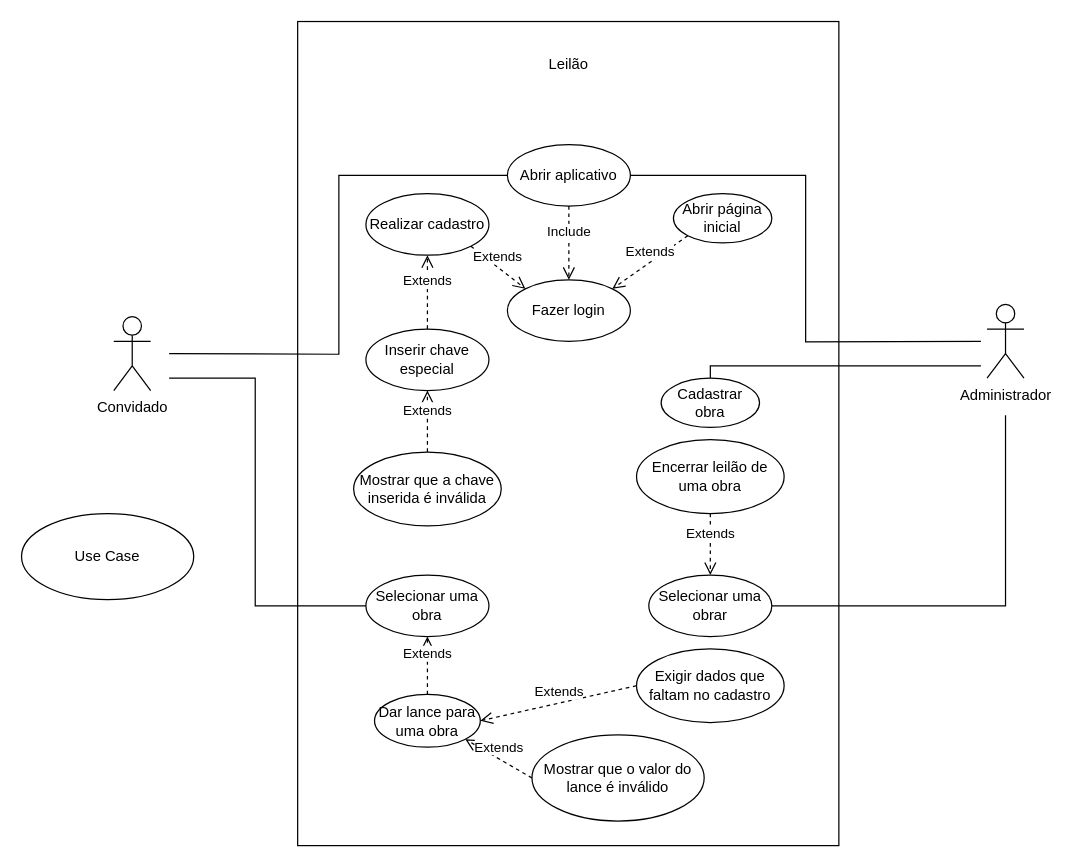
This is Untitled Diagram.drawio from bruniculos08/AMS0001, a draw.io file, before an edit. Source tidied: cells renumbered, new cells numbered last; positions are measured from the earlier drawing's top-left corner, leaving out a move shared by most shapes. Both pictures are drawn from the tidied source at 123%, with x=0, y=0 at pixel (21, 21).
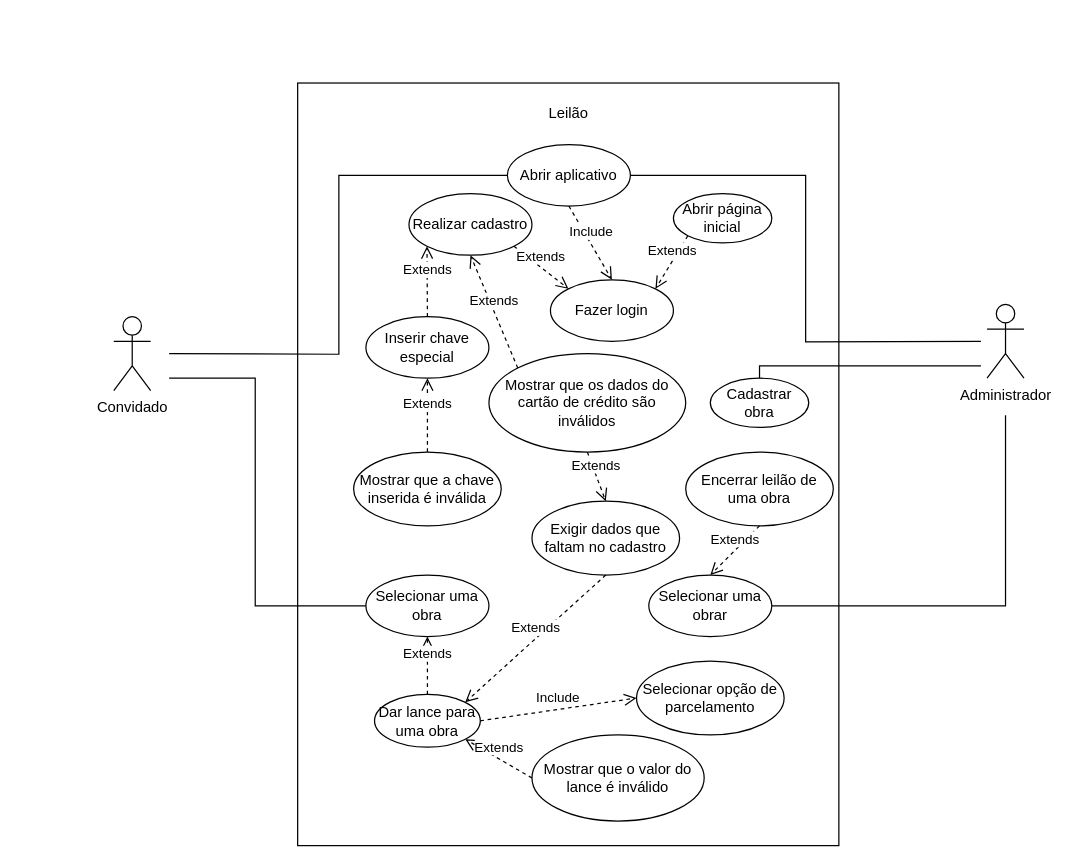
The same page after the edit.

Commit message (it also covers changes not shown here):
Update Untitled Diagram

Unchanged cells that the change refers to:
```xml
<mxCell id="28" value="Dar lance para uma obra" style="ellipse;whiteSpace=wrap;html=1;" parent="1" vertex="1">
  <mxGeometry x="287" y="547" width="86" height="43" as="geometry" />
</mxCell>
```

The edit, as a diff of the source:
```diff
@@
     <mxCell id="2" style="html=1;" parent="1" vertex="1">
-      <mxGeometry x="224.5" width="440" height="670" as="geometry" />
+      <mxGeometry x="224.5" y="50" width="440" height="620" as="geometry" />
     </mxCell>
@@
-    <mxCell id="7" style="edgeStyle=orthogonalEdgeStyle;rounded=0;jettySize=auto;html=1;endArrow=none;endFill=0;" parent="1" edge="1" target="23">
+    <mxCell id="7" style="edgeStyle=orthogonalEdgeStyle;rounded=0;jettySize=auto;html=1;endArrow=none;endFill=0;entryX=0.5;entryY=0;entryDx=0;entryDy=0;" parent="1" edge="1" target="23">
       <mxGeometry relative="1" as="geometry">
         <mxPoint x="780" y="280" as="sourcePoint" />
         <Array as="points">
-          <mxPoint x="560" y="280" />
+          <mxPoint x="600" y="280" />
         </Array>
       </mxGeometry>
     </mxCell>
@@
     <mxCell id="10" value="Leilão" style="text;html=1;strokeColor=none;fillColor=none;align=center;verticalAlign=middle;whiteSpace=wrap;rounded=0;" parent="1" vertex="1">
-      <mxGeometry x="415" y="20" width="60" height="30" as="geometry" />
+      <mxGeometry x="414.5" y="60" width="60" height="30" as="geometry" />
     </mxCell>
@@
-    <mxCell id="12" value="Use Case" style="ellipse;whiteSpace=wrap;html=1;" parent="1" vertex="1">
-      <mxGeometry y="400" width="140" height="70" as="geometry" />
-    </mxCell>
     <mxCell id="13" value="Fazer login" style="ellipse;whiteSpace=wrap;html=1;" parent="1" vertex="1">
-      <mxGeometry x="395" y="210" width="100" height="50" as="geometry" />
+      <mxGeometry x="430" y="210" width="100" height="50" as="geometry" />
     </mxCell>
@@
     <mxCell id="15" value="Realizar cadastro" style="ellipse;whiteSpace=wrap;html=1;" parent="1" vertex="1">
-      <mxGeometry x="280" y="140" width="100" height="50" as="geometry" />
+      <mxGeometry x="315" y="140" width="100" height="50" as="geometry" />
     </mxCell>
@@
     <mxCell id="17" value="Inserir chave especial" style="ellipse;whiteSpace=wrap;html=1;" parent="1" vertex="1">
-      <mxGeometry x="280" y="250" width="100" height="50" as="geometry" />
+      <mxGeometry x="280" y="240" width="100" height="50" as="geometry" />
     </mxCell>
-    <mxCell id="18" value="Extends" style="html=1;verticalAlign=bottom;endArrow=open;dashed=1;endSize=8;rounded=0;exitX=0.5;exitY=0;exitDx=0;exitDy=0;entryX=0.5;entryY=1;entryDx=0;entryDy=0;" parent="1" edge="1" source="17" target="15">
+    <mxCell id="18" value="Extends" style="html=1;verticalAlign=bottom;endArrow=open;dashed=1;endSize=8;rounded=0;exitX=0.5;exitY=0;exitDx=0;exitDy=0;entryX=0;entryY=1;entryDx=0;entryDy=0;" parent="1" edge="1" source="17" target="15">
       <mxGeometry relative="1" as="geometry" />
     </mxCell>
@@
     <mxCell id="23" value="Cadastrar obra" style="ellipse;whiteSpace=wrap;html=1;" parent="1" vertex="1">
-      <mxGeometry x="520" y="290" width="80" height="40" as="geometry" />
+      <mxGeometry x="560" y="290" width="80" height="40" as="geometry" />
     </mxCell>
     <mxCell id="24" value="Encerrar leilão de uma obra" style="ellipse;whiteSpace=wrap;html=1;" parent="1" vertex="1">
-      <mxGeometry x="500" y="340" width="120" height="60" as="geometry" />
+      <mxGeometry x="540" y="350" width="120" height="60" as="geometry" />
     </mxCell>
@@
     <mxCell id="32" value="Exigir dados que faltam no cadastro" style="ellipse;whiteSpace=wrap;html=1;" parent="1" vertex="1">
-      <mxGeometry x="500" y="510" width="120" height="60" as="geometry" />
+      <mxGeometry x="415" y="390" width="120" height="60" as="geometry" />
     </mxCell>
-    <mxCell id="33" value="Extends" style="html=1;verticalAlign=bottom;endArrow=open;dashed=1;endSize=8;rounded=0;entryX=1;entryY=0.5;entryDx=0;entryDy=0;exitX=0;exitY=0.5;exitDx=0;exitDy=0;" parent="1" edge="1" source="32" target="28">
+    <mxCell id="33" value="Extends" style="html=1;verticalAlign=bottom;endArrow=open;dashed=1;endSize=8;rounded=0;entryX=1;entryY=0;entryDx=0;entryDy=0;exitX=0.5;exitY=1;exitDx=0;exitDy=0;" parent="1" edge="1" source="32" target="28">
       <mxGeometry relative="1" as="geometry" />
     </mxCell>
+    <mxCell id="34" value="Selecionar opção de parcelamento" style="ellipse;whiteSpace=wrap;html=1;" parent="1" vertex="1">
+      <mxGeometry x="500" y="520" width="120" height="60" as="geometry" />
+    </mxCell>
+    <mxCell id="35" value="Include" style="html=1;verticalAlign=bottom;endArrow=open;dashed=1;endSize=8;rounded=0;entryX=0;entryY=0.5;entryDx=0;entryDy=0;exitX=1;exitY=0.5;exitDx=0;exitDy=0;" parent="1" edge="1" source="28" target="34">
+      <mxGeometry relative="1" as="geometry" />
+    </mxCell>
+    <mxCell id="36" value="Mostrar que os dados do cartão de crédito são inválidos" style="ellipse;whiteSpace=wrap;html=1;" parent="1" vertex="1">
+      <mxGeometry x="380" y="270" width="160" height="80" as="geometry" />
+    </mxCell>
+    <mxCell id="37" value="Extends" style="html=1;verticalAlign=bottom;endArrow=open;dashed=1;endSize=8;rounded=0;entryX=0.5;entryY=1;entryDx=0;entryDy=0;exitX=0;exitY=0;exitDx=0;exitDy=0;" parent="1" edge="1" source="36" target="15">
+      <mxGeometry relative="1" as="geometry" />
+    </mxCell>
+    <mxCell id="38" value="Extends" style="html=1;verticalAlign=bottom;endArrow=open;dashed=1;endSize=8;rounded=0;exitX=0.5;exitY=1;exitDx=0;exitDy=0;entryX=0.5;entryY=0;entryDx=0;entryDy=0;" parent="1" edge="1" source="36" target="32">
+      <mxGeometry relative="1" as="geometry" />
+    </mxCell>
```
